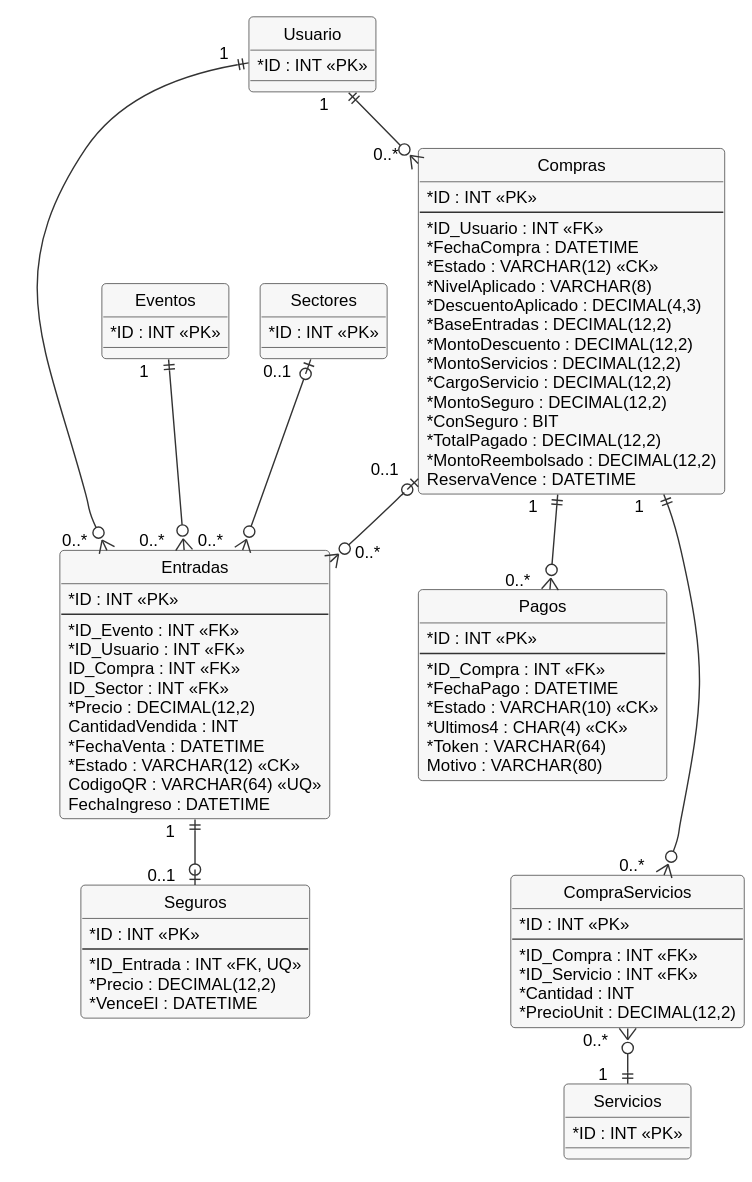
The PlantUML diagram docs/diagramas/er-2-compras.svg in MaximoAmbro/TrabajoDeDiploma, before a commit.
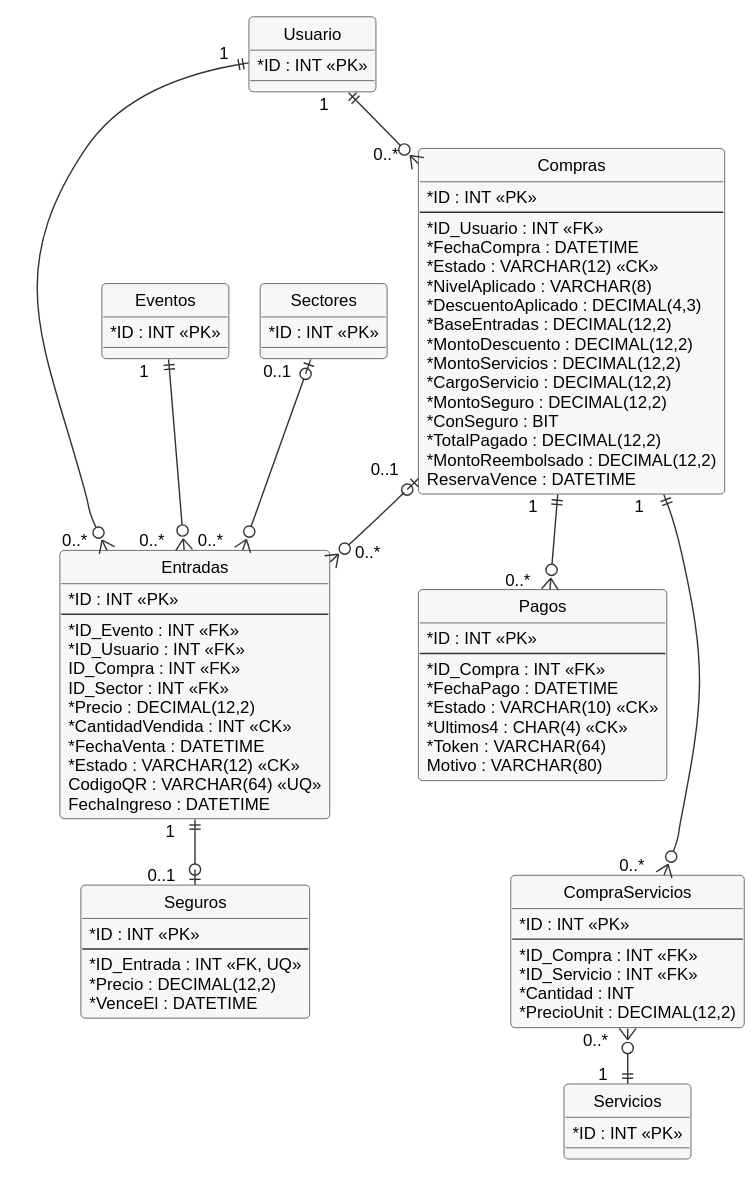
The same diagram one commit later.

What changed in the source:
```diff
@@ -41,7 +41,7 @@
   ID_Compra : INT <<FK>>
   ID_Sector : INT <<FK>>
   * Precio : DECIMAL(12,2)
-  CantidadVendida : INT
+  * CantidadVendida : INT <<CK>>
   * FechaVenta : DATETIME
   * Estado : VARCHAR(12) <<CK>>
   CodigoQR : VARCHAR(64) <<UQ>>
```
